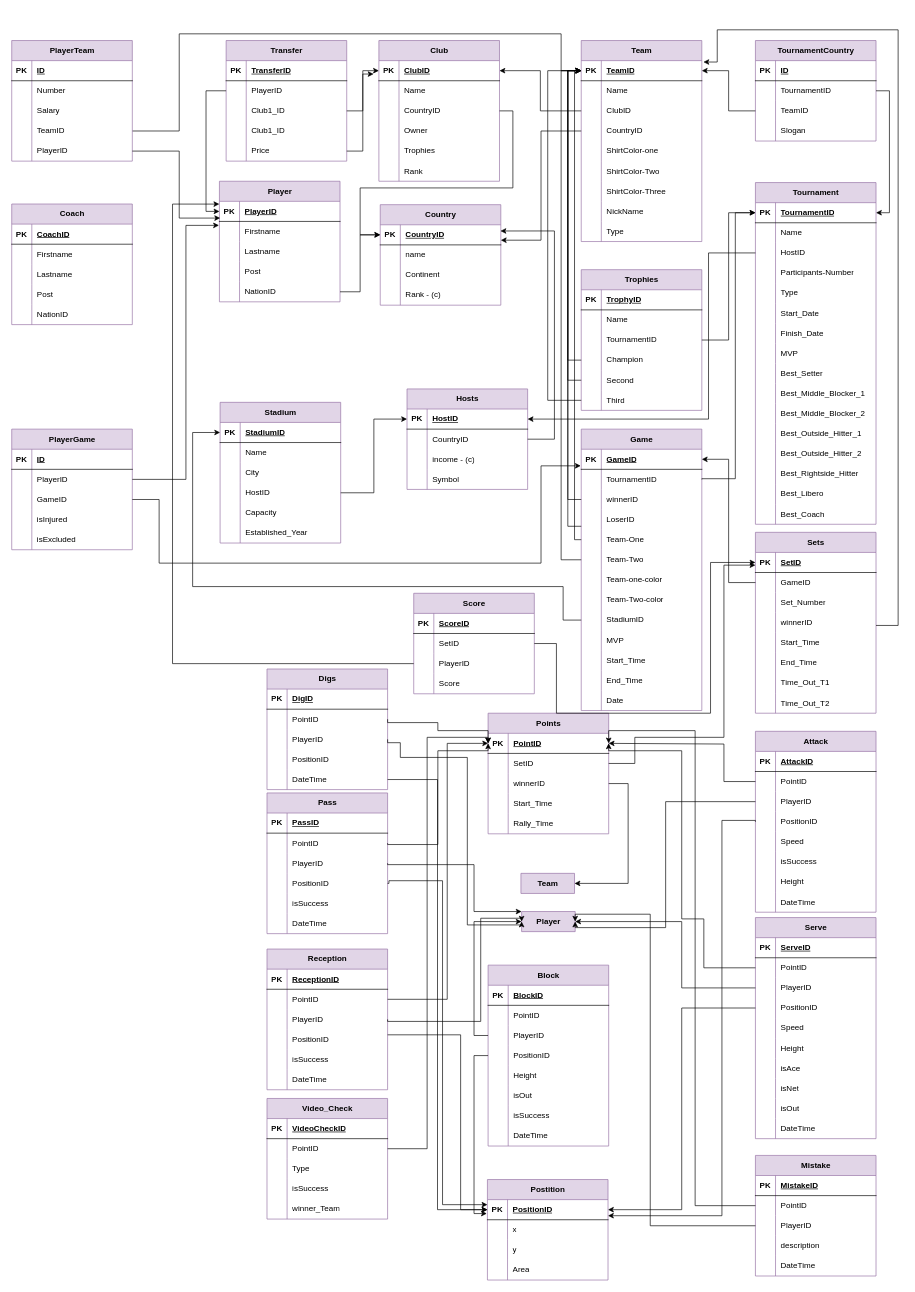
Earlier version of the draw.io diagram page "ER-Diagram" (1 of 2) of DB2_Project_Diagrams.drawio (Matinrezaei/Software-Lab). Source tidied: cells renumbered, new cells numbered last; positions are measured from the earlier drawing's top-left corner, leaving out a move shared by most shapes. Both pictures are drawn from the tidied source at 67%, with x=0, y=0 at pixel (11, 29).
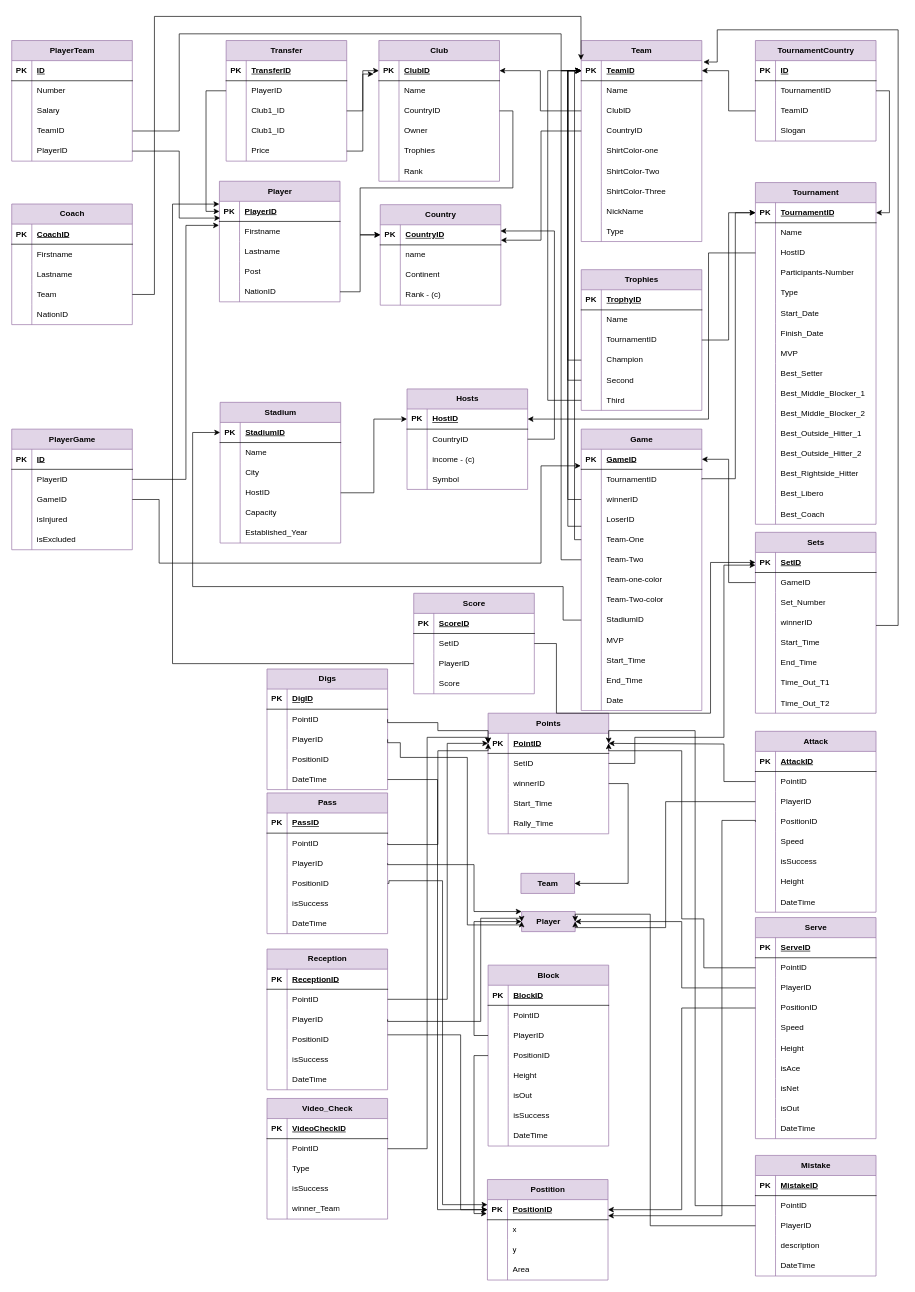
Above is the later version.

The change refers to these unchanged cells:
```xml
<mxCell id="150" style="shape=tableRow;horizontal=0;startSize=0;swimlaneHead=0;swimlaneBody=0;fillColor=none;points=[[0,0.5],[1,0.5]];portConstraint=eastwest;top=0;left=0;right=0;bottom=1;" parent="149" vertex="1">
  <mxGeometry y="30" width="180" height="30" as="geometry" />
</mxCell>
<mxCell id="577" style="shape=tableRow;horizontal=0;startSize=0;swimlaneHead=0;swimlaneBody=0;fillColor=none;points=[[0,0.5],[1,0.5]];portConstraint=eastwest;top=0;left=0;right=0;bottom=0;" parent="567" vertex="1">
  <mxGeometry y="120" width="180" height="30" as="geometry" />
</mxCell>
```

What changed in the source:
```diff
@@
-    <mxCell id="579" value="Post" style="shape=partialRectangle;fillColor=none;top=0;left=0;bottom=0;right=0;align=left;spacingLeft=6;overflow=hidden;whiteSpace=wrap;html=1;" parent="577" vertex="1">
-      <mxGeometry x="30" width="150" height="30" as="geometry" />
-    </mxCell>
+    <mxCell id="583" value="Team" style="shape=partialRectangle;fillColor=none;top=0;left=0;bottom=0;right=0;align=left;spacingLeft=6;overflow=hidden;whiteSpace=wrap;html=1;" parent="577" vertex="1">
+      <mxGeometry x="30" width="150" height="30" as="geometry" />
+    </mxCell>
@@
+    <mxCell id="584" style="edgeStyle=orthogonalEdgeStyle;rounded=0;jettySize=auto;html=1;entryX=-0.002;entryY=-0.033;entryDx=0;entryDy=0;entryPerimeter=0;" parent="1" edge="1" source="577" target="150">
+      <mxGeometry relative="1" as="geometry">
+        <Array as="points">
+          <mxPoint x="213" y="395" />
+          <mxPoint x="213" y="-20" />
+          <mxPoint x="850" y="-20" />
+        </Array>
+      </mxGeometry>
+    </mxCell>
```
